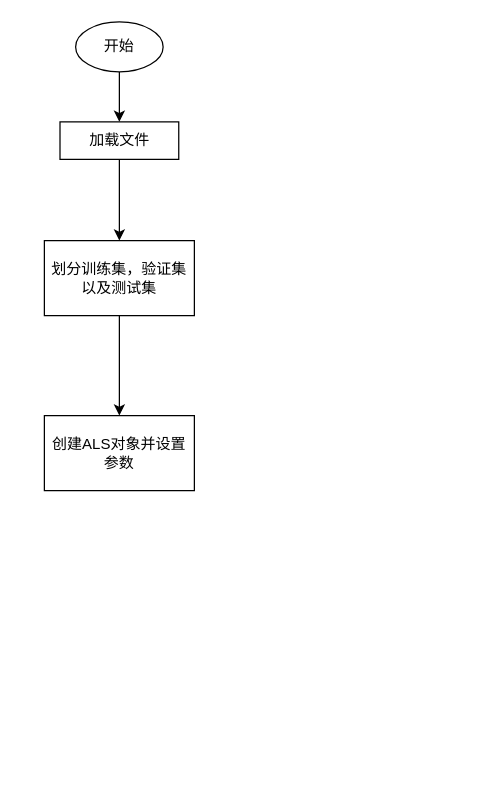
This is experiment_08.drawio from why147147/drawio-public, a draw.io file, before an edit. Source tidied: cells renumbered, new cells numbered last; positions are measured from the earlier drawing's top-left corner, leaving out a move shared by most shapes. Both pictures are drawn from the tidied source at 125%, with x=0, y=0 at pixel (44, 21).
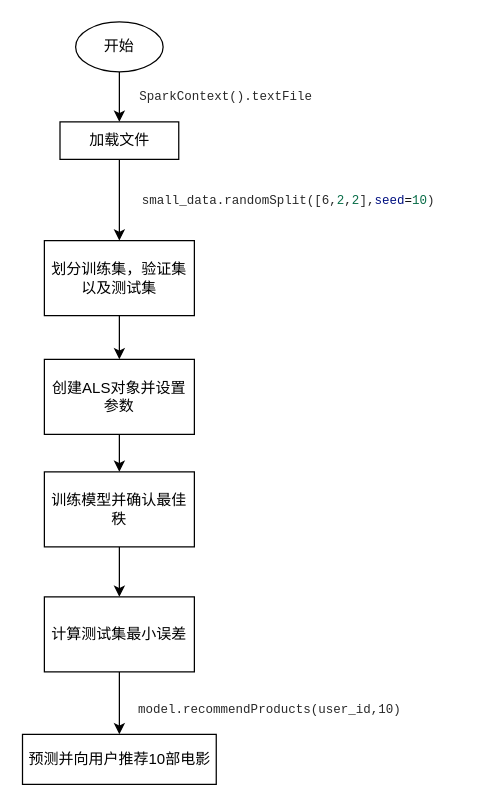
The same page after the edit.

Diff of the diagram source:
```diff
@@
 <mxGraphModel>
   <root>
     <mxCell id="0" />
     <mxCell id="1" parent="0" />
     <mxCell id="2" style="edgeStyle=orthogonalEdgeStyle;rounded=0;jettySize=auto;html=1;" parent="1" edge="1" source="3" target="5">
       <mxGeometry relative="1" as="geometry" />
     </mxCell>
     <mxCell id="3" value="开始" style="ellipse;whiteSpace=wrap;html=1;" parent="1" vertex="1">
       <mxGeometry x="25" width="70" height="40" as="geometry" />
     </mxCell>
     <mxCell id="4" style="edgeStyle=orthogonalEdgeStyle;rounded=0;jettySize=auto;html=1;" parent="1" edge="1" source="5" target="7">
       <mxGeometry relative="1" as="geometry" />
     </mxCell>
     <mxCell id="5" value="加载文件" style="whiteSpace=wrap;html=1;" parent="1" vertex="1">
       <mxGeometry x="12.5" y="80" width="95" height="30" as="geometry" />
     </mxCell>
     <mxCell id="6" style="edgeStyle=orthogonalEdgeStyle;rounded=0;jettySize=auto;html=1;" parent="1" edge="1" source="7" target="8">
       <mxGeometry relative="1" as="geometry" />
     </mxCell>
     <mxCell id="7" value="划分训练集，验证集以及测试集" style="whiteSpace=wrap;html=1;" parent="1" vertex="1">
       <mxGeometry y="175" width="120" height="60" as="geometry" />
     </mxCell>
+    <mxCell id="9" style="edgeStyle=orthogonalEdgeStyle;rounded=0;jettySize=auto;html=1;" parent="1" edge="1" source="8" target="11">
+      <mxGeometry relative="1" as="geometry" />
+    </mxCell>
     <mxCell id="8" value="创建ALS对象并设置参数" style="whiteSpace=wrap;html=1;" parent="1" vertex="1">
-      <mxGeometry y="315" width="120" height="60" as="geometry" />
+      <mxGeometry y="270" width="120" height="60" as="geometry" />
     </mxCell>
+    <mxCell id="10" style="edgeStyle=orthogonalEdgeStyle;rounded=0;jettySize=auto;html=1;" parent="1" edge="1" source="11" target="15">
+      <mxGeometry relative="1" as="geometry" />
+    </mxCell>
+    <mxCell id="11" value="训练模型并确认最佳秩" style="whiteSpace=wrap;html=1;" parent="1" vertex="1">
+      <mxGeometry y="360" width="120" height="60" as="geometry" />
+    </mxCell>
+    <mxCell id="12" value="&lt;div style=&quot;color: rgb(41, 41, 41); background-color: rgb(255, 255, 255); font-family: Consolas, &amp;quot;Courier New&amp;quot;, monospace; line-height: 27px;&quot;&gt;&lt;font style=&quot;font-size: 10px;&quot;&gt;SparkContext().textFile&lt;/font&gt;&lt;/div&gt;" style="text;html=1;align=center;verticalAlign=middle;strokeColor=none;fillColor=none;" parent="1" vertex="1">
+      <mxGeometry x="55" y="40" width="180" height="40" as="geometry" />
+    </mxCell>
+    <mxCell id="13" value="&lt;div style=&quot;color: rgb(41, 41, 41); background-color: rgb(255, 255, 255); font-family: Consolas, &amp;quot;Courier New&amp;quot;, monospace; line-height: 27px;&quot;&gt;&lt;font style=&quot;font-size: 10px;&quot;&gt;small_data.randomSplit([6,&lt;span style=&quot;color: rgb(9, 109, 72);&quot;&gt;2&lt;/span&gt;,&lt;span style=&quot;color: rgb(9, 109, 72);&quot;&gt;2&lt;/span&gt;],&lt;span style=&quot;color: rgb(0, 16, 128);&quot;&gt;seed&lt;/span&gt;&lt;span style=&quot;color: rgb(0, 0, 0);&quot;&gt;=&lt;/span&gt;&lt;span style=&quot;color: rgb(9, 109, 72);&quot;&gt;10&lt;/span&gt;)&lt;/font&gt;&lt;/div&gt;" style="text;html=1;align=center;verticalAlign=middle;strokeColor=none;fillColor=none;" parent="1" vertex="1">
+      <mxGeometry x="55" y="123" width="280" height="40" as="geometry" />
+    </mxCell>
+    <mxCell id="14" style="edgeStyle=orthogonalEdgeStyle;rounded=0;jettySize=auto;html=1;" parent="1" edge="1" source="15" target="16">
+      <mxGeometry relative="1" as="geometry" />
+    </mxCell>
+    <mxCell id="15" value="计算测试集最小误差" style="whiteSpace=wrap;html=1;" parent="1" vertex="1">
+      <mxGeometry y="460" width="120" height="60" as="geometry" />
+    </mxCell>
+    <mxCell id="16" value="预测并向用户推荐10部电影" style="whiteSpace=wrap;html=1;" parent="1" vertex="1">
+      <mxGeometry x="-17.5" y="570" width="155" height="40" as="geometry" />
+    </mxCell>
+    <mxCell id="17" value="&lt;div style=&quot;color: rgb(41, 41, 41); background-color: rgb(255, 255, 255); font-family: Consolas, &amp;quot;Courier New&amp;quot;, monospace; line-height: 27px;&quot;&gt;&lt;font style=&quot;font-size: 10px;&quot;&gt;model.recommendProducts(user_id,10)&lt;/font&gt;&lt;/div&gt;" style="text;html=1;align=center;verticalAlign=middle;strokeColor=none;fillColor=none;" parent="1" vertex="1">
+      <mxGeometry x="55" y="530" width="250" height="40" as="geometry" />
+    </mxCell>
   </root>
 </mxGraphModel>
```
